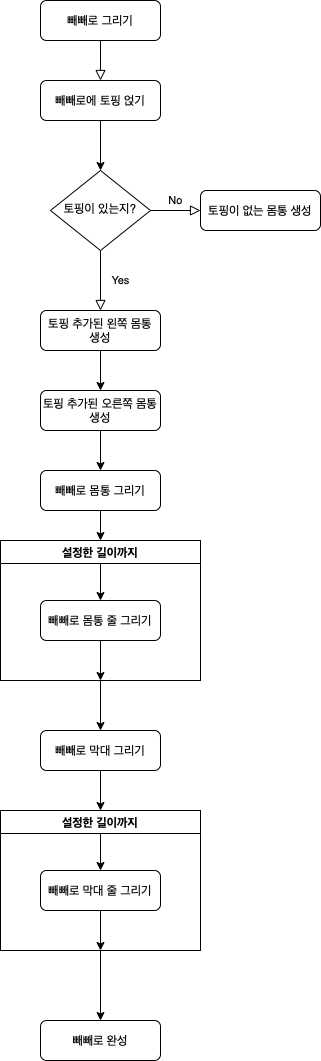
This is FlowChart_step_3.png from yagom-academy/swift-starter-Round1, a draw.io export, as it was before one commit. Source tidied: cells renumbered, new cells last; positions are measured from the earlier drawing's top-left corner, leaving out a move shared by most shapes. The source it was exported from:
```xml
<mxGraphModel>
  <root>
    <mxCell id="0" />
    <mxCell id="1" parent="0" />
    <mxCell id="2" style="rounded=0;html=1;jettySize=auto;fontSize=11;endArrow=block;endFill=0;endSize=8;strokeWidth=1;shadow=0;labelBackgroundColor=none;edgeStyle=orthogonalEdgeStyle;entryX=0.5;entryY=0;entryDx=0;entryDy=0;" parent="1" edge="1" source="3" target="9">
      <mxGeometry relative="1" as="geometry" />
    </mxCell>
    <mxCell id="3" value="빼빼로 그리기" style="rounded=1;whiteSpace=wrap;html=1;fontSize=12;glass=0;strokeWidth=1;shadow=0;" parent="1" vertex="1">
      <mxGeometry x="40" width="120" height="40" as="geometry" />
    </mxCell>
    <mxCell id="4" value="Yes" style="rounded=0;html=1;jettySize=auto;fontSize=11;endArrow=block;endFill=0;endSize=8;strokeWidth=1;shadow=0;labelBackgroundColor=none;edgeStyle=orthogonalEdgeStyle;exitX=0.5;exitY=1;exitDx=0;exitDy=0;entryX=0.5;entryY=0;entryDx=0;entryDy=0;" parent="1" edge="1" source="6" target="12">
      <mxGeometry y="20" relative="1" as="geometry" />
    </mxCell>
    <mxCell id="5" value="No" style="edgeStyle=orthogonalEdgeStyle;rounded=0;html=1;jettySize=auto;fontSize=11;endArrow=block;endFill=0;endSize=8;strokeWidth=1;shadow=0;labelBackgroundColor=none;" parent="1" edge="1" target="7">
      <mxGeometry y="10" relative="1" as="geometry">
        <mxPoint x="150" y="210" as="sourcePoint" />
      </mxGeometry>
    </mxCell>
    <mxCell id="6" value="토핑이 있는지?" style="rhombus;whiteSpace=wrap;html=1;shadow=0;fontFamily=Helvetica;fontSize=12;align=center;strokeWidth=1;spacing=6;spacingTop=-4;" parent="1" vertex="1">
      <mxGeometry x="50" y="170" width="100" height="80" as="geometry" />
    </mxCell>
    <mxCell id="7" value="토핑이 없는 몸통 생성" style="rounded=1;whiteSpace=wrap;html=1;fontSize=12;glass=0;strokeWidth=1;shadow=0;" parent="1" vertex="1">
      <mxGeometry x="200" y="190" width="120" height="40" as="geometry" />
    </mxCell>
    <mxCell id="8" value="빼빼로 막대 그리기" style="rounded=1;whiteSpace=wrap;html=1;fontSize=12;glass=0;strokeWidth=1;shadow=0;" parent="1" vertex="1">
      <mxGeometry x="40" y="730" width="120" height="40" as="geometry" />
    </mxCell>
    <mxCell id="9" value="빼빼로에 토핑 얹기" style="rounded=1;whiteSpace=wrap;html=1;fontSize=12;glass=0;strokeWidth=1;shadow=0;" parent="1" vertex="1">
      <mxGeometry x="40" y="80" width="120" height="40" as="geometry" />
    </mxCell>
    <mxCell id="10" style="endArrow=classic;html=1;rounded=0;exitX=0.5;exitY=1;exitDx=0;exitDy=0;entryX=0.5;entryY=0;entryDx=0;entryDy=0;" parent="1" edge="1" source="9" target="6">
      <mxGeometry relative="1" as="geometry" />
    </mxCell>
    <mxCell id="11" style="edgeStyle=orthogonalEdgeStyle;rounded=0;jettySize=auto;html=1;" parent="1" edge="1" source="12">
      <mxGeometry relative="1" as="geometry">
        <mxPoint x="100" y="390" as="targetPoint" />
      </mxGeometry>
    </mxCell>
    <mxCell id="12" value="토핑 추가된 왼쪽 몸통 &lt;br&gt;생성" style="rounded=1;whiteSpace=wrap;html=1;fontSize=12;glass=0;strokeWidth=1;shadow=0;" parent="1" vertex="1">
      <mxGeometry x="40" y="310" width="120" height="40" as="geometry" />
    </mxCell>
    <mxCell id="13" style="edgeStyle=orthogonalEdgeStyle;rounded=0;jettySize=auto;html=1;" parent="1" edge="1" source="14" target="16">
      <mxGeometry relative="1" as="geometry" />
    </mxCell>
    <mxCell id="14" value="토핑 추가된 오른쪽 몸통 &lt;br&gt;생성" style="rounded=1;whiteSpace=wrap;html=1;fontSize=12;glass=0;strokeWidth=1;shadow=0;" parent="1" vertex="1">
      <mxGeometry x="40" y="390" width="120" height="40" as="geometry" />
    </mxCell>
    <mxCell id="15" style="edgeStyle=orthogonalEdgeStyle;rounded=0;jettySize=auto;html=1;entryX=0.5;entryY=0;entryDx=0;entryDy=0;" parent="1" edge="1" source="16" target="17">
      <mxGeometry relative="1" as="geometry" />
    </mxCell>
    <mxCell id="16" value="빼빼로 몸통 그리기" style="whiteSpace=wrap;html=1;rounded=1;glass=0;strokeWidth=1;shadow=0;" parent="1" vertex="1">
      <mxGeometry x="40" y="470" width="120" height="40" as="geometry" />
    </mxCell>
    <mxCell id="17" value="설정한 길이까지" style="swimlane;" parent="1" vertex="1">
      <mxGeometry y="540" width="200" height="140" as="geometry" />
    </mxCell>
    <mxCell id="18" value="빼빼로 몸통 줄 그리기" style="rounded=1;whiteSpace=wrap;html=1;fontSize=12;glass=0;strokeWidth=1;shadow=0;" parent="17" vertex="1">
      <mxGeometry x="40" y="60" width="120" height="40" as="geometry" />
    </mxCell>
    <mxCell id="19" style="edgeStyle=orthogonalEdgeStyle;rounded=0;jettySize=auto;html=1;entryX=0.5;entryY=0;entryDx=0;entryDy=0;exitX=0.505;exitY=0.164;exitDx=0;exitDy=0;exitPerimeter=0;" parent="17" edge="1" source="17" target="18">
      <mxGeometry relative="1" as="geometry" />
    </mxCell>
    <mxCell id="20" style="edgeStyle=orthogonalEdgeStyle;rounded=0;jettySize=auto;html=1;exitX=0.5;exitY=1;exitDx=0;exitDy=0;entryX=0.5;entryY=1;entryDx=0;entryDy=0;" parent="17" edge="1" source="18" target="17">
      <mxGeometry relative="1" as="geometry">
        <Array as="points">
          <mxPoint x="100" y="120" />
          <mxPoint x="100" y="120" />
        </Array>
      </mxGeometry>
    </mxCell>
    <mxCell id="21" style="edgeStyle=orthogonalEdgeStyle;rounded=0;jettySize=auto;html=1;exitX=0.5;exitY=1;exitDx=0;exitDy=0;" parent="1" edge="1" source="17">
      <mxGeometry relative="1" as="geometry">
        <mxPoint x="100" y="730" as="targetPoint" />
        <Array as="points">
          <mxPoint x="100" y="700" />
          <mxPoint x="100" y="700" />
        </Array>
      </mxGeometry>
    </mxCell>
    <mxCell id="22" value="빼빼로 완성" style="rounded=1;whiteSpace=wrap;html=1;fontSize=12;glass=0;strokeWidth=1;shadow=0;" parent="1" vertex="1">
      <mxGeometry x="40" y="1020" width="120" height="40" as="geometry" />
    </mxCell>
    <mxCell id="23" value="설정한 길이까지" style="swimlane;" parent="1" vertex="1">
      <mxGeometry y="810" width="200" height="140" as="geometry" />
    </mxCell>
    <mxCell id="24" value="빼빼로 막대 줄 그리기" style="rounded=1;whiteSpace=wrap;html=1;fontSize=12;glass=0;strokeWidth=1;shadow=0;" parent="23" vertex="1">
      <mxGeometry x="40" y="60" width="120" height="40" as="geometry" />
    </mxCell>
    <mxCell id="25" style="edgeStyle=orthogonalEdgeStyle;rounded=0;jettySize=auto;html=1;entryX=0.5;entryY=0;entryDx=0;entryDy=0;exitX=0.505;exitY=0.164;exitDx=0;exitDy=0;exitPerimeter=0;" parent="23" edge="1" source="23" target="24">
      <mxGeometry relative="1" as="geometry" />
    </mxCell>
    <mxCell id="26" style="edgeStyle=orthogonalEdgeStyle;rounded=0;jettySize=auto;html=1;exitX=0.5;exitY=1;exitDx=0;exitDy=0;entryX=0.5;entryY=1;entryDx=0;entryDy=0;" parent="23" edge="1" source="24" target="23">
      <mxGeometry relative="1" as="geometry">
        <Array as="points">
          <mxPoint x="100" y="120" />
          <mxPoint x="100" y="120" />
        </Array>
      </mxGeometry>
    </mxCell>
    <mxCell id="27" style="edgeStyle=orthogonalEdgeStyle;rounded=0;jettySize=auto;html=1;exitX=0.5;exitY=1;exitDx=0;exitDy=0;" parent="1" edge="1" source="23">
      <mxGeometry relative="1" as="geometry">
        <mxPoint x="100" y="1020" as="targetPoint" />
        <Array as="points">
          <mxPoint x="100" y="970" />
          <mxPoint x="100" y="970" />
        </Array>
      </mxGeometry>
    </mxCell>
    <mxCell id="28" style="edgeStyle=orthogonalEdgeStyle;rounded=0;jettySize=auto;html=1;exitX=0.5;exitY=1;exitDx=0;exitDy=0;entryX=0.5;entryY=0;entryDx=0;entryDy=0;" parent="1" edge="1" source="8" target="23">
      <mxGeometry relative="1" as="geometry">
        <Array as="points">
          <mxPoint x="100" y="790" />
          <mxPoint x="100" y="790" />
        </Array>
      </mxGeometry>
    </mxCell>
  </root>
</mxGraphModel>
```
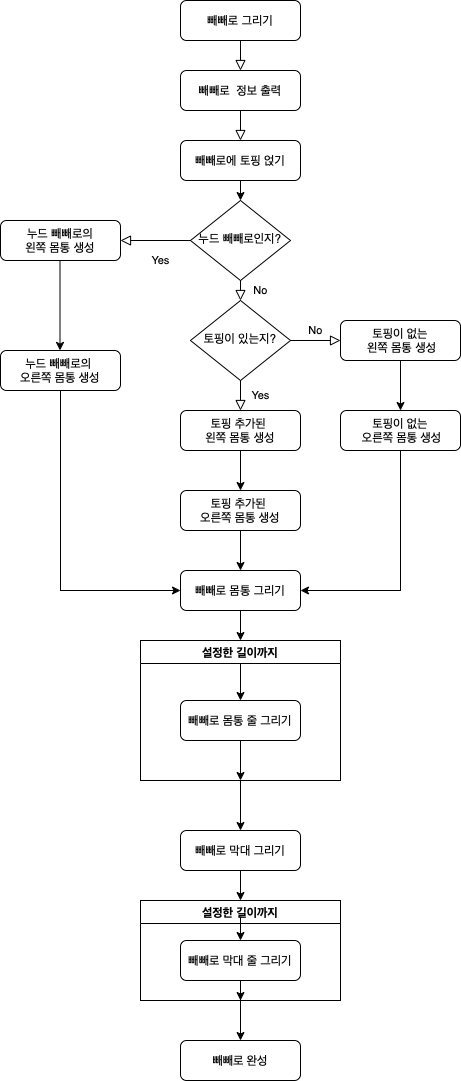
After the commit.

Commit message:
docs: 순서도 수정

What changed in the source:
```diff
@@ -5,54 +5,54 @@
     <mxCell id="2" style="rounded=0;html=1;jettySize=auto;fontSize=11;endArrow=block;endFill=0;endSize=8;strokeWidth=1;shadow=0;labelBackgroundColor=none;edgeStyle=orthogonalEdgeStyle;entryX=0.5;entryY=0;entryDx=0;entryDy=0;" parent="1" edge="1" source="3" target="9">
       <mxGeometry relative="1" as="geometry" />
     </mxCell>
-    <mxCell id="3" value="빼빼로 그리기" style="rounded=1;whiteSpace=wrap;html=1;fontSize=12;glass=0;strokeWidth=1;shadow=0;" parent="1" vertex="1">
-      <mxGeometry x="40" width="120" height="40" as="geometry" />
+    <mxCell id="3" value="빼빼로 &amp;nbsp;정보 출력" style="rounded=1;whiteSpace=wrap;html=1;fontSize=12;glass=0;strokeWidth=1;shadow=0;" parent="1" vertex="1">
+      <mxGeometry x="70" y="70" width="120" height="40" as="geometry" />
     </mxCell>
-    <mxCell id="4" value="Yes" style="rounded=0;html=1;jettySize=auto;fontSize=11;endArrow=block;endFill=0;endSize=8;strokeWidth=1;shadow=0;labelBackgroundColor=none;edgeStyle=orthogonalEdgeStyle;exitX=0.5;exitY=1;exitDx=0;exitDy=0;entryX=0.5;entryY=0;entryDx=0;entryDy=0;" parent="1" edge="1" source="6" target="12">
+    <mxCell id="4" value="No" style="rounded=0;html=1;jettySize=auto;fontSize=11;endArrow=block;endFill=0;endSize=8;strokeWidth=1;shadow=0;labelBackgroundColor=none;edgeStyle=orthogonalEdgeStyle;exitX=0.5;exitY=1;exitDx=0;exitDy=0;entryX=0.5;entryY=0;entryDx=0;entryDy=0;" parent="1" edge="1" source="6" target="32">
       <mxGeometry y="20" relative="1" as="geometry" />
     </mxCell>
-    <mxCell id="5" value="No" style="edgeStyle=orthogonalEdgeStyle;rounded=0;html=1;jettySize=auto;fontSize=11;endArrow=block;endFill=0;endSize=8;strokeWidth=1;shadow=0;labelBackgroundColor=none;" parent="1" edge="1" target="7">
-      <mxGeometry y="10" relative="1" as="geometry">
-        <mxPoint x="150" y="210" as="sourcePoint" />
+    <mxCell id="5" value="Yes" style="edgeStyle=orthogonalEdgeStyle;rounded=0;html=1;jettySize=auto;fontSize=11;endArrow=block;endFill=0;endSize=8;strokeWidth=1;shadow=0;labelBackgroundColor=none;" parent="1" edge="1" target="7">
+      <mxGeometry x="0.53" y="20" relative="1" as="geometry">
+        <mxPoint x="180" y="240" as="sourcePoint" />
       </mxGeometry>
     </mxCell>
-    <mxCell id="6" value="토핑이 있는지?" style="rhombus;whiteSpace=wrap;html=1;shadow=0;fontFamily=Helvetica;fontSize=12;align=center;strokeWidth=1;spacing=6;spacingTop=-4;" parent="1" vertex="1">
-      <mxGeometry x="50" y="170" width="100" height="80" as="geometry" />
+    <mxCell id="6" value="누드 빼빼로인지?" style="rhombus;whiteSpace=wrap;html=1;shadow=0;fontFamily=Helvetica;fontSize=12;align=center;strokeWidth=1;spacing=6;spacingTop=-4;" parent="1" vertex="1">
+      <mxGeometry x="80" y="200" width="100" height="80" as="geometry" />
     </mxCell>
-    <mxCell id="7" value="토핑이 없는 몸통 생성" style="rounded=1;whiteSpace=wrap;html=1;fontSize=12;glass=0;strokeWidth=1;shadow=0;" parent="1" vertex="1">
-      <mxGeometry x="200" y="190" width="120" height="40" as="geometry" />
+    <mxCell id="7" value="누드 빼빼로의&lt;br&gt;왼쪽 몸통 생성" style="rounded=1;whiteSpace=wrap;html=1;fontSize=12;glass=0;strokeWidth=1;shadow=0;" parent="1" vertex="1">
+      <mxGeometry x="-110" y="220" width="120" height="40" as="geometry" />
     </mxCell>
     <mxCell id="8" value="빼빼로 막대 그리기" style="rounded=1;whiteSpace=wrap;html=1;fontSize=12;glass=0;strokeWidth=1;shadow=0;" parent="1" vertex="1">
-      <mxGeometry x="40" y="730" width="120" height="40" as="geometry" />
+      <mxGeometry x="70" y="830" width="120" height="40" as="geometry" />
     </mxCell>
     <mxCell id="9" value="빼빼로에 토핑 얹기" style="rounded=1;whiteSpace=wrap;html=1;fontSize=12;glass=0;strokeWidth=1;shadow=0;" parent="1" vertex="1">
-      <mxGeometry x="40" y="80" width="120" height="40" as="geometry" />
+      <mxGeometry x="70" y="140" width="120" height="40" as="geometry" />
     </mxCell>
     <mxCell id="10" style="endArrow=classic;html=1;rounded=0;exitX=0.5;exitY=1;exitDx=0;exitDy=0;entryX=0.5;entryY=0;entryDx=0;entryDy=0;" parent="1" edge="1" source="9" target="6">
       <mxGeometry relative="1" as="geometry" />
     </mxCell>
     <mxCell id="11" style="edgeStyle=orthogonalEdgeStyle;rounded=0;jettySize=auto;html=1;" parent="1" edge="1" source="12">
       <mxGeometry relative="1" as="geometry">
-        <mxPoint x="100" y="390" as="targetPoint" />
+        <mxPoint x="130" y="490" as="targetPoint" />
       </mxGeometry>
     </mxCell>
-    <mxCell id="12" value="토핑 추가된 왼쪽 몸통 &lt;br&gt;생성" style="rounded=1;whiteSpace=wrap;html=1;fontSize=12;glass=0;strokeWidth=1;shadow=0;" parent="1" vertex="1">
-      <mxGeometry x="40" y="310" width="120" height="40" as="geometry" />
+    <mxCell id="12" value="토핑 추가된 &lt;br&gt;왼쪽 몸통 생성" style="rounded=1;whiteSpace=wrap;html=1;fontSize=12;glass=0;strokeWidth=1;shadow=0;" parent="1" vertex="1">
+      <mxGeometry x="70" y="410" width="120" height="40" as="geometry" />
     </mxCell>
     <mxCell id="13" style="edgeStyle=orthogonalEdgeStyle;rounded=0;jettySize=auto;html=1;" parent="1" edge="1" source="14" target="16">
       <mxGeometry relative="1" as="geometry" />
     </mxCell>
-    <mxCell id="14" value="토핑 추가된 오른쪽 몸통 &lt;br&gt;생성" style="rounded=1;whiteSpace=wrap;html=1;fontSize=12;glass=0;strokeWidth=1;shadow=0;" parent="1" vertex="1">
-      <mxGeometry x="40" y="390" width="120" height="40" as="geometry" />
+    <mxCell id="14" value="토핑 추가된 &lt;br&gt;오른쪽 몸통 생성" style="rounded=1;whiteSpace=wrap;html=1;fontSize=12;glass=0;strokeWidth=1;shadow=0;" parent="1" vertex="1">
+      <mxGeometry x="70" y="490" width="120" height="40" as="geometry" />
     </mxCell>
     <mxCell id="15" style="edgeStyle=orthogonalEdgeStyle;rounded=0;jettySize=auto;html=1;entryX=0.5;entryY=0;entryDx=0;entryDy=0;" parent="1" edge="1" source="16" target="17">
       <mxGeometry relative="1" as="geometry" />
     </mxCell>
     <mxCell id="16" value="빼빼로 몸통 그리기" style="whiteSpace=wrap;html=1;rounded=1;glass=0;strokeWidth=1;shadow=0;" parent="1" vertex="1">
-      <mxGeometry x="40" y="470" width="120" height="40" as="geometry" />
+      <mxGeometry x="70" y="570" width="120" height="40" as="geometry" />
     </mxCell>
     <mxCell id="17" value="설정한 길이까지" style="swimlane;" parent="1" vertex="1">
-      <mxGeometry y="540" width="200" height="140" as="geometry" />
+      <mxGeometry x="30" y="640" width="200" height="140" as="geometry" />
     </mxCell>
     <mxCell id="18" value="빼빼로 몸통 줄 그리기" style="rounded=1;whiteSpace=wrap;html=1;fontSize=12;glass=0;strokeWidth=1;shadow=0;" parent="17" vertex="1">
       <mxGeometry x="40" y="60" width="120" height="40" as="geometry" />
@@ -70,49 +70,89 @@
     </mxCell>
     <mxCell id="21" style="edgeStyle=orthogonalEdgeStyle;rounded=0;jettySize=auto;html=1;exitX=0.5;exitY=1;exitDx=0;exitDy=0;" parent="1" edge="1" source="17">
       <mxGeometry relative="1" as="geometry">
-        <mxPoint x="100" y="730" as="targetPoint" />
+        <mxPoint x="130" y="830" as="targetPoint" />
         <Array as="points">
-          <mxPoint x="100" y="700" />
-          <mxPoint x="100" y="700" />
+          <mxPoint x="130" y="800" />
+          <mxPoint x="130" y="800" />
         </Array>
       </mxGeometry>
     </mxCell>
     <mxCell id="22" value="빼빼로 완성" style="rounded=1;whiteSpace=wrap;html=1;fontSize=12;glass=0;strokeWidth=1;shadow=0;" parent="1" vertex="1">
-      <mxGeometry x="40" y="1020" width="120" height="40" as="geometry" />
+      <mxGeometry x="70" y="1040" width="120" height="40" as="geometry" />
     </mxCell>
+    <mxCell id="29" style="edgeStyle=orthogonalEdgeStyle;rounded=0;jettySize=auto;html=1;" parent="1" edge="1" source="23" target="22">
+      <mxGeometry relative="1" as="geometry" />
+    </mxCell>
     <mxCell id="23" value="설정한 길이까지" style="swimlane;" parent="1" vertex="1">
-      <mxGeometry y="810" width="200" height="140" as="geometry" />
+      <mxGeometry x="30" y="900" width="200" height="100" as="geometry" />
     </mxCell>
     <mxCell id="24" value="빼빼로 막대 줄 그리기" style="rounded=1;whiteSpace=wrap;html=1;fontSize=12;glass=0;strokeWidth=1;shadow=0;" parent="23" vertex="1">
-      <mxGeometry x="40" y="60" width="120" height="40" as="geometry" />
+      <mxGeometry x="40" y="40" width="120" height="40" as="geometry" />
     </mxCell>
     <mxCell id="25" style="edgeStyle=orthogonalEdgeStyle;rounded=0;jettySize=auto;html=1;entryX=0.5;entryY=0;entryDx=0;entryDy=0;exitX=0.505;exitY=0.164;exitDx=0;exitDy=0;exitPerimeter=0;" parent="23" edge="1" source="23" target="24">
       <mxGeometry relative="1" as="geometry" />
     </mxCell>
-    <mxCell id="26" style="edgeStyle=orthogonalEdgeStyle;rounded=0;jettySize=auto;html=1;exitX=0.5;exitY=1;exitDx=0;exitDy=0;entryX=0.5;entryY=1;entryDx=0;entryDy=0;" parent="23" edge="1" source="24" target="23">
-      <mxGeometry relative="1" as="geometry">
-        <Array as="points">
-          <mxPoint x="100" y="120" />
-          <mxPoint x="100" y="120" />
-        </Array>
-      </mxGeometry>
-    </mxCell>
-    <mxCell id="27" style="edgeStyle=orthogonalEdgeStyle;rounded=0;jettySize=auto;html=1;exitX=0.5;exitY=1;exitDx=0;exitDy=0;" parent="1" edge="1" source="23">
-      <mxGeometry relative="1" as="geometry">
-        <mxPoint x="100" y="1020" as="targetPoint" />
-        <Array as="points">
-          <mxPoint x="100" y="970" />
-          <mxPoint x="100" y="970" />
-        </Array>
-      </mxGeometry>
-    </mxCell>
     <mxCell id="28" style="edgeStyle=orthogonalEdgeStyle;rounded=0;jettySize=auto;html=1;exitX=0.5;exitY=1;exitDx=0;exitDy=0;entryX=0.5;entryY=0;entryDx=0;entryDy=0;" parent="1" edge="1" source="8" target="23">
       <mxGeometry relative="1" as="geometry">
         <Array as="points">
-          <mxPoint x="100" y="790" />
-          <mxPoint x="100" y="790" />
+          <mxPoint x="130" y="890" />
+          <mxPoint x="130" y="890" />
         </Array>
       </mxGeometry>
     </mxCell>
+    <mxCell id="30" value="빼빼로 그리기" style="rounded=1;whiteSpace=wrap;html=1;fontSize=12;glass=0;strokeWidth=1;shadow=0;" parent="1" vertex="1">
+      <mxGeometry x="70" width="120" height="40" as="geometry" />
+    </mxCell>
+    <mxCell id="31" style="rounded=0;html=1;jettySize=auto;fontSize=11;endArrow=block;endFill=0;endSize=8;strokeWidth=1;shadow=0;labelBackgroundColor=none;edgeStyle=orthogonalEdgeStyle;exitX=0.5;exitY=1;exitDx=0;exitDy=0;" parent="1" edge="1" source="30">
+      <mxGeometry relative="1" as="geometry">
+        <mxPoint x="130" y="70" as="targetPoint" />
+      </mxGeometry>
+    </mxCell>
+    <mxCell id="32" value="토핑이 있는지?" style="rhombus;whiteSpace=wrap;html=1;shadow=0;fontFamily=Helvetica;fontSize=12;align=center;strokeWidth=1;spacing=6;spacingTop=-4;" parent="1" vertex="1">
+      <mxGeometry x="80" y="300" width="100" height="80" as="geometry" />
+    </mxCell>
+    <mxCell id="33" value="Yes" style="rounded=0;html=1;jettySize=auto;fontSize=11;endArrow=block;endFill=0;endSize=8;strokeWidth=1;shadow=0;labelBackgroundColor=none;edgeStyle=orthogonalEdgeStyle;entryX=0.5;entryY=0;entryDx=0;entryDy=0;exitX=0.5;exitY=1;exitDx=0;exitDy=0;" parent="1" edge="1" source="32" target="12">
+      <mxGeometry y="20" relative="1" as="geometry" />
+    </mxCell>
+    <mxCell id="34" value="No" style="edgeStyle=orthogonalEdgeStyle;rounded=0;html=1;jettySize=auto;fontSize=11;endArrow=block;endFill=0;endSize=8;strokeWidth=1;shadow=0;labelBackgroundColor=none;exitX=1;exitY=0.5;exitDx=0;exitDy=0;entryX=0;entryY=0.5;entryDx=0;entryDy=0;" parent="1" edge="1" source="32" target="35">
+      <mxGeometry y="10" relative="1" as="geometry" />
+    </mxCell>
+    <mxCell id="35" value="토핑이 없는&lt;br&gt;&amp;nbsp;왼쪽 몸통 생성" style="rounded=1;whiteSpace=wrap;html=1;fontSize=12;glass=0;strokeWidth=1;shadow=0;" parent="1" vertex="1">
+      <mxGeometry x="230" y="320" width="120" height="40" as="geometry" />
+    </mxCell>
+    <mxCell id="36" value="토핑이 없는&lt;br&gt;&amp;nbsp;오른쪽 몸통 생성" style="rounded=1;whiteSpace=wrap;html=1;fontSize=12;glass=0;strokeWidth=1;shadow=0;" parent="1" vertex="1">
+      <mxGeometry x="230" y="410" width="120" height="40" as="geometry" />
+    </mxCell>
+    <mxCell id="37" style="endArrow=classic;html=1;rounded=0;exitX=0.5;exitY=1;exitDx=0;exitDy=0;entryX=0.5;entryY=0;entryDx=0;entryDy=0;" parent="1" edge="1" source="35" target="36">
+      <mxGeometry relative="1" as="geometry" />
+    </mxCell>
+    <mxCell id="38" style="endArrow=classic;html=1;rounded=0;exitX=0.5;exitY=1;exitDx=0;exitDy=0;entryX=1;entryY=0.5;entryDx=0;entryDy=0;" parent="1" edge="1" source="36" target="16">
+      <mxGeometry relative="1" as="geometry">
+        <Array as="points">
+          <mxPoint x="290" y="590" />
+        </Array>
+      </mxGeometry>
+    </mxCell>
+    <mxCell id="39" value="누드 빼빼로의 &lt;br&gt;오른쪽 몸통 생성" style="rounded=1;whiteSpace=wrap;html=1;fontSize=12;glass=0;strokeWidth=1;shadow=0;" parent="1" vertex="1">
+      <mxGeometry x="-110" y="350" width="120" height="40" as="geometry" />
+    </mxCell>
+    <mxCell id="40" style="endArrow=classic;html=1;rounded=0;exitX=0.5;exitY=1;exitDx=0;exitDy=0;entryX=0.5;entryY=0;entryDx=0;entryDy=0;" parent="1" edge="1">
+      <mxGeometry relative="1" as="geometry">
+        <mxPoint x="-50.5" y="260" as="sourcePoint" />
+        <mxPoint x="-50.5" y="350" as="targetPoint" />
+      </mxGeometry>
+    </mxCell>
+    <mxCell id="41" style="endArrow=classic;html=1;rounded=0;exitX=0.5;exitY=1;exitDx=0;exitDy=0;entryX=0;entryY=0.5;entryDx=0;entryDy=0;" parent="1" edge="1" source="39" target="16">
+      <mxGeometry relative="1" as="geometry">
+        <Array as="points">
+          <mxPoint x="-50" y="590" />
+        </Array>
+      </mxGeometry>
+    </mxCell>
+    <mxCell id="42" style="edgeStyle=orthogonalEdgeStyle;rounded=0;jettySize=auto;html=1;" parent="1" edge="1" source="24">
+      <mxGeometry relative="1" as="geometry">
+        <mxPoint x="130" y="1000" as="targetPoint" />
+      </mxGeometry>
+    </mxCell>
   </root>
 </mxGraphModel>
```
